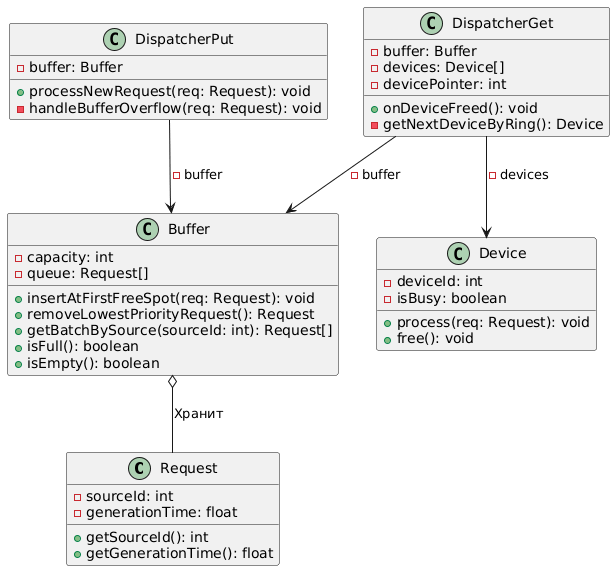
Before: docs/classes.png, a diagram exported from PlantUML (IvanIgnashin7D/APS). Its source is kept beside it as docs/classes.puml. Its diagram source:
```plantuml
@startuml classes
class Request {
  - sourceId: int
  - generationTime: float
  + getSourceId(): int
  + getGenerationTime(): float
}

class Buffer {
  - capacity: int
  - queue: Request[]
  + insertAtFirstFreeSpot(req: Request): void
  + removeLowestPriorityRequest(): Request
  + getBatchBySource(sourceId: int): Request[]
  + isFull(): boolean
  + isEmpty(): boolean
}

class DispatcherPut {
  - buffer: Buffer
  + processNewRequest(req: Request): void
  - handleBufferOverflow(req: Request): void
}

class DispatcherGet {
  - buffer: Buffer
  - devices: Device[]
  - devicePointer: int
  + onDeviceFreed(): void
  - getNextDeviceByRing(): Device
}

class Device {
  - deviceId: int
  - isBusy: boolean
  + process(req: Request): void
  + free(): void
}

DispatcherPut --> Buffer : "- buffer"
DispatcherGet --> Buffer : "- buffer"
DispatcherGet --> Device : "- devices"
Buffer o-- Request : "Хранит"
@enduml
```
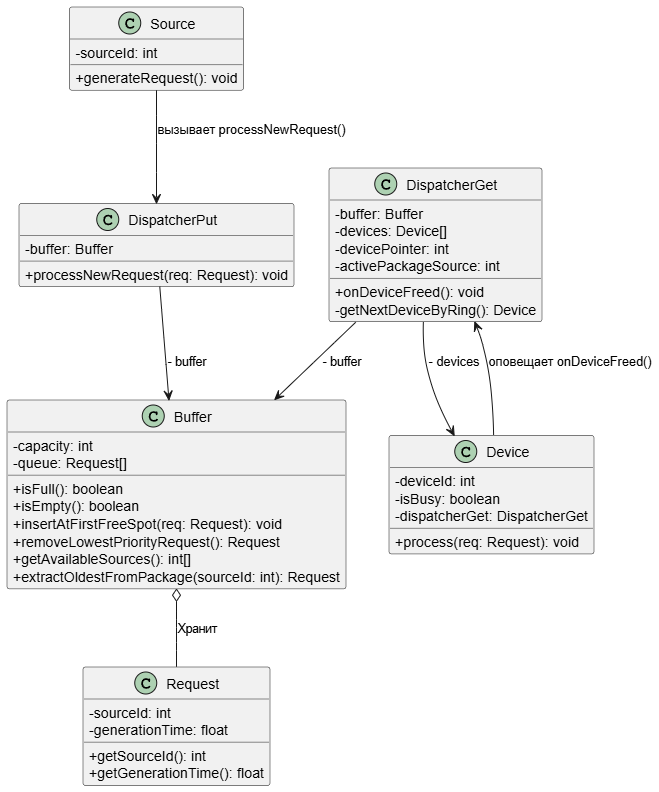
After the change.

Commit message:
обновленная диаграмма с правками после очной сдачи

Change to the diagram source:
```diff
@@ -1,4 +1,6 @@
-@startuml classes
+@startuml classes_multi_class
+skinparam classAttributeIconSize 0
+
 class Request {
   - sourceId: int
   - generationTime: float
@@ -6,26 +8,32 @@
   + getGenerationTime(): float
 }
 
+class Source {
+  - sourceId: int
+  + generateRequest(): void
+}
+
 class Buffer {
   - capacity: int
   - queue: Request[]
+  + isFull(): boolean
+  + isEmpty(): boolean
   + insertAtFirstFreeSpot(req: Request): void
   + removeLowestPriorityRequest(): Request
-  + getBatchBySource(sourceId: int): Request[]
-  + isFull(): boolean
-  + isEmpty(): boolean
+  + getAvailableSources(): int[]
+  + extractOldestFromPackage(sourceId: int): Request
 }
 
 class DispatcherPut {
   - buffer: Buffer
   + processNewRequest(req: Request): void
-  - handleBufferOverflow(req: Request): void
 }
 
 class DispatcherGet {
   - buffer: Buffer
   - devices: Device[]
   - devicePointer: int
+  - activePackageSource: int
   + onDeviceFreed(): void
   - getNextDeviceByRing(): Device
 }
@@ -33,12 +41,15 @@
 class Device {
   - deviceId: int
   - isBusy: boolean
+  - dispatcherGet: DispatcherGet
   + process(req: Request): void
-  + free(): void
 }
 
+Source --> DispatcherPut : "вызывает processNewRequest()"
 DispatcherPut --> Buffer : "- buffer"
 DispatcherGet --> Buffer : "- buffer"
 DispatcherGet --> Device : "- devices"
+Device --> DispatcherGet : "оповещает onDeviceFreed()"
 Buffer o-- Request : "Хранит"
+
 @enduml
```
